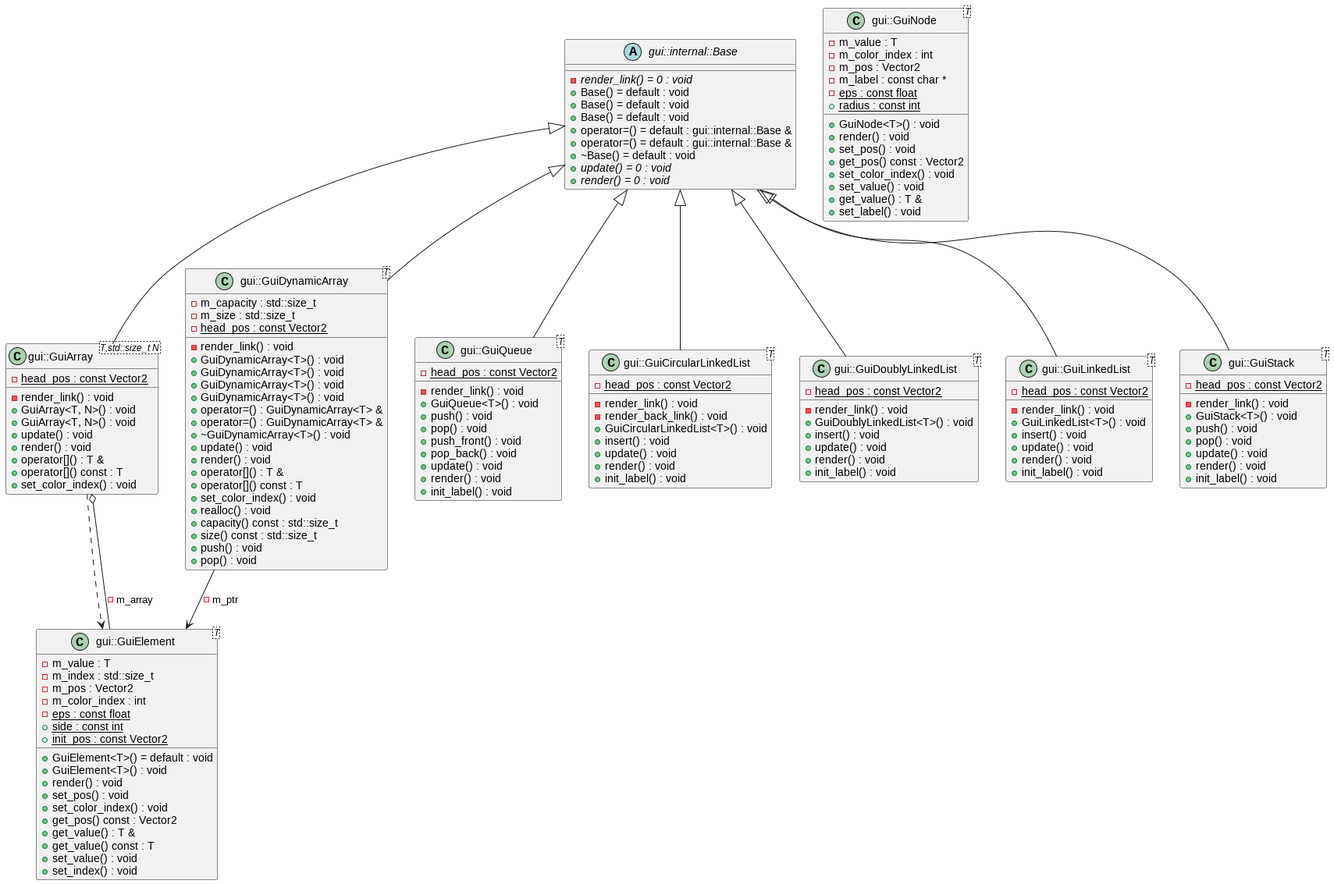
Above: docs/diagrams/gui.png in jalsol/jalviz (PlantUML), before the change. The source it was exported from:
```plantuml
@startuml
abstract "gui::internal::Base" as C_0000175824954716261305
abstract C_0000175824954716261305 {
{abstract} -render_link() = 0 : void
+Base() = default : void
+Base() = default : void
+Base() = default : void
+operator=() = default : gui::internal::Base &
+operator=() = default : gui::internal::Base &
+~Base() = default : void
{abstract} +update() = 0 : void
{abstract} +render() = 0 : void
}
class "gui::GuiElement<T>" as C_0002044747090333057839
class C_0002044747090333057839 {
+GuiElement<T>() = default : void
+GuiElement<T>() : void
+render() : void
+set_pos() : void
+set_color_index() : void
+get_pos() const : Vector2
+get_value() : T &
+get_value() const : T
+set_value() : void
+set_index() : void
-m_value : T
-m_index : std::size_t
-m_pos : Vector2
-m_color_index : int
{static} -eps : const float
{static} +side : const int
{static} +init_pos : const Vector2
}
class "gui::GuiArray<T,std::size_t N>" as C_0001269788950877413692
class C_0001269788950877413692 {
-render_link() : void
+GuiArray<T, N>() : void
+GuiArray<T, N>() : void
+update() : void
+render() : void
+operator[]() : T &
+operator[]() const : T
+set_color_index() : void
{static} -head_pos : const Vector2
}
class "gui::GuiDynamicArray<T>" as C_0000068279211946526198
class C_0000068279211946526198 {
-render_link() : void
+GuiDynamicArray<T>() : void
+GuiDynamicArray<T>() : void
+GuiDynamicArray<T>() : void
+GuiDynamicArray<T>() : void
+operator=() : GuiDynamicArray<T> &
+operator=() : GuiDynamicArray<T> &
+~GuiDynamicArray<T>() : void
+update() : void
+render() : void
+operator[]() : T &
+operator[]() const : T
+set_color_index() : void
+realloc() : void
+capacity() const : std::size_t
+size() const : std::size_t
+push() : void
+pop() : void
-m_capacity : std::size_t
-m_size : std::size_t
{static} -head_pos : const Vector2
}
class "gui::GuiNode<T>" as C_0001747959826151301658
class C_0001747959826151301658 {
+GuiNode<T>() : void
+render() : void
+set_pos() : void
+get_pos() const : Vector2
+set_color_index() : void
+set_value() : void
+get_value() : T &
+set_label() : void
-m_value : T
-m_color_index : int
-m_pos : Vector2
-m_label : const char *
{static} -eps : const float
{static} +radius : const int
}
class "gui::GuiQueue<T>" as C_0000537993261370672901
class C_0000537993261370672901 {
-render_link() : void
+GuiQueue<T>() : void
+push() : void
+pop() : void
+push_front() : void
+pop_back() : void
+update() : void
+render() : void
+init_label() : void
{static} -head_pos : const Vector2
}
class "gui::GuiCircularLinkedList<T>" as C_0000636823269603515495
class C_0000636823269603515495 {
-render_link() : void
-render_back_link() : void
+GuiCircularLinkedList<T>() : void
+insert() : void
+update() : void
+render() : void
+init_label() : void
{static} -head_pos : const Vector2
}
class "gui::GuiDoublyLinkedList<T>" as C_0001770119980623113789
class C_0001770119980623113789 {
-render_link() : void
+GuiDoublyLinkedList<T>() : void
+insert() : void
+update() : void
+render() : void
+init_label() : void
{static} -head_pos : const Vector2
}
class "gui::GuiLinkedList<T>" as C_0001460638568713575271
class C_0001460638568713575271 {
-render_link() : void
+GuiLinkedList<T>() : void
+insert() : void
+update() : void
+render() : void
+init_label() : void
{static} -head_pos : const Vector2
}
class "gui::GuiStack<T>" as C_0000012620274388027065
class C_0000012620274388027065 {
-render_link() : void
+GuiStack<T>() : void
+push() : void
+pop() : void
+update() : void
+render() : void
+init_label() : void
{static} -head_pos : const Vector2
}
C_0001269788950877413692 ..> C_0002044747090333057839
C_0001269788950877413692 o-- C_0002044747090333057839 : -m_array
C_0000175824954716261305 <|-- C_0001269788950877413692
C_0000068279211946526198 --> C_0002044747090333057839 : -m_ptr
C_0000175824954716261305 <|-- C_0000068279211946526198
C_0000175824954716261305 <|-- C_0000537993261370672901
C_0000175824954716261305 <|-- C_0000636823269603515495
C_0000175824954716261305 <|-- C_0001770119980623113789
C_0000175824954716261305 <|-- C_0001460638568713575271
C_0000175824954716261305 <|-- C_0000012620274388027065

@enduml
```
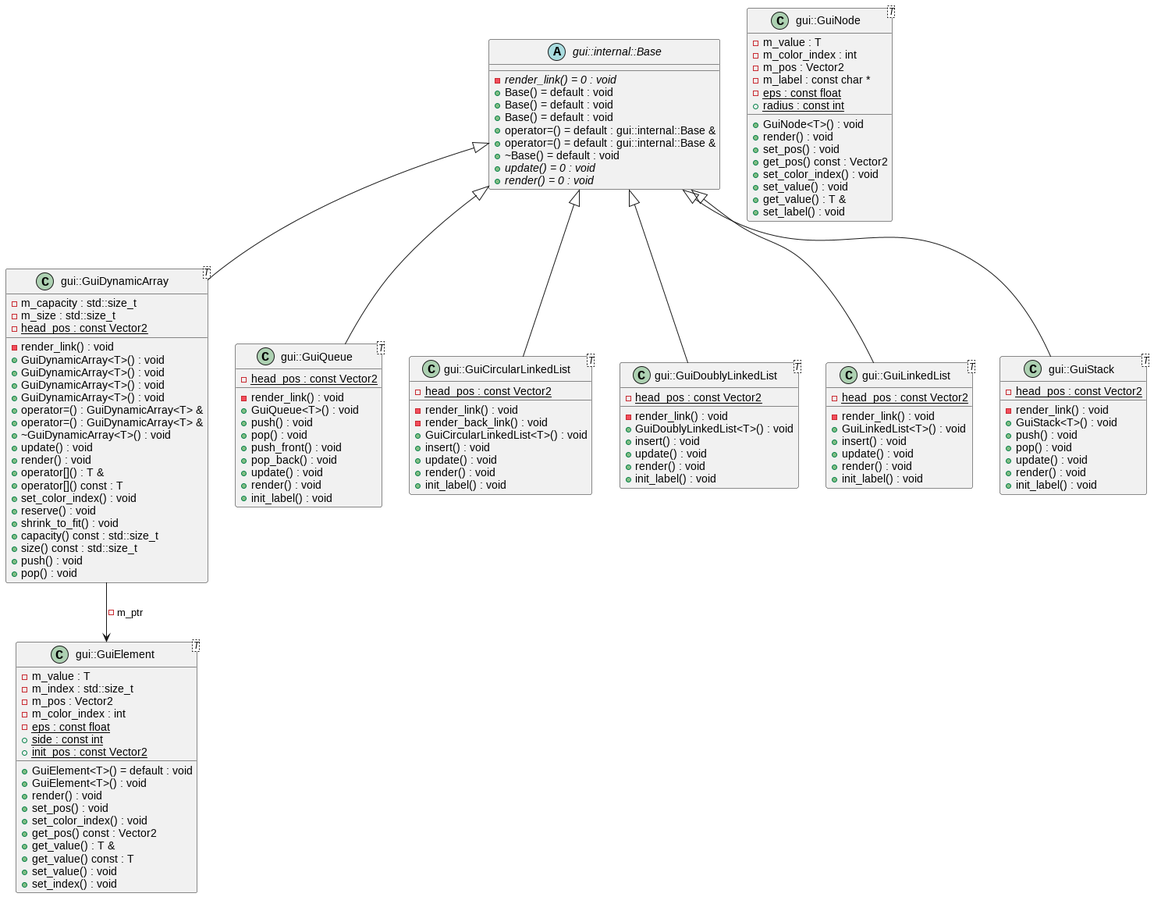
Later version of the same file.

Change to the diagram source:
```diff
@@ -31,18 +31,6 @@
 {static} +side : const int
 {static} +init_pos : const Vector2
 }
-class "gui::GuiArray<T,std::size_t N>" as C_0001269788950877413692
-class C_0001269788950877413692 {
--render_link() : void
-+GuiArray<T, N>() : void
-+GuiArray<T, N>() : void
-+update() : void
-+render() : void
-+operator[]() : T &
-+operator[]() const : T
-+set_color_index() : void
-{static} -head_pos : const Vector2
-}
 class "gui::GuiDynamicArray<T>" as C_0000068279211946526198
 class C_0000068279211946526198 {
 -render_link() : void
@@ -58,7 +46,8 @@
 +operator[]() : T &
 +operator[]() const : T
 +set_color_index() : void
-+realloc() : void
++reserve() : void
++shrink_to_fit() : void
 +capacity() const : std::size_t
 +size() const : std::size_t
 +push() : void
@@ -139,9 +128,6 @@
 +init_label() : void
 {static} -head_pos : const Vector2
 }
-C_0001269788950877413692 ..> C_0002044747090333057839
-C_0001269788950877413692 o-- C_0002044747090333057839 : -m_array
-C_0000175824954716261305 <|-- C_0001269788950877413692
 C_0000068279211946526198 --> C_0002044747090333057839 : -m_ptr
 C_0000175824954716261305 <|-- C_0000068279211946526198
 C_0000175824954716261305 <|-- C_0000537993261370672901
```
